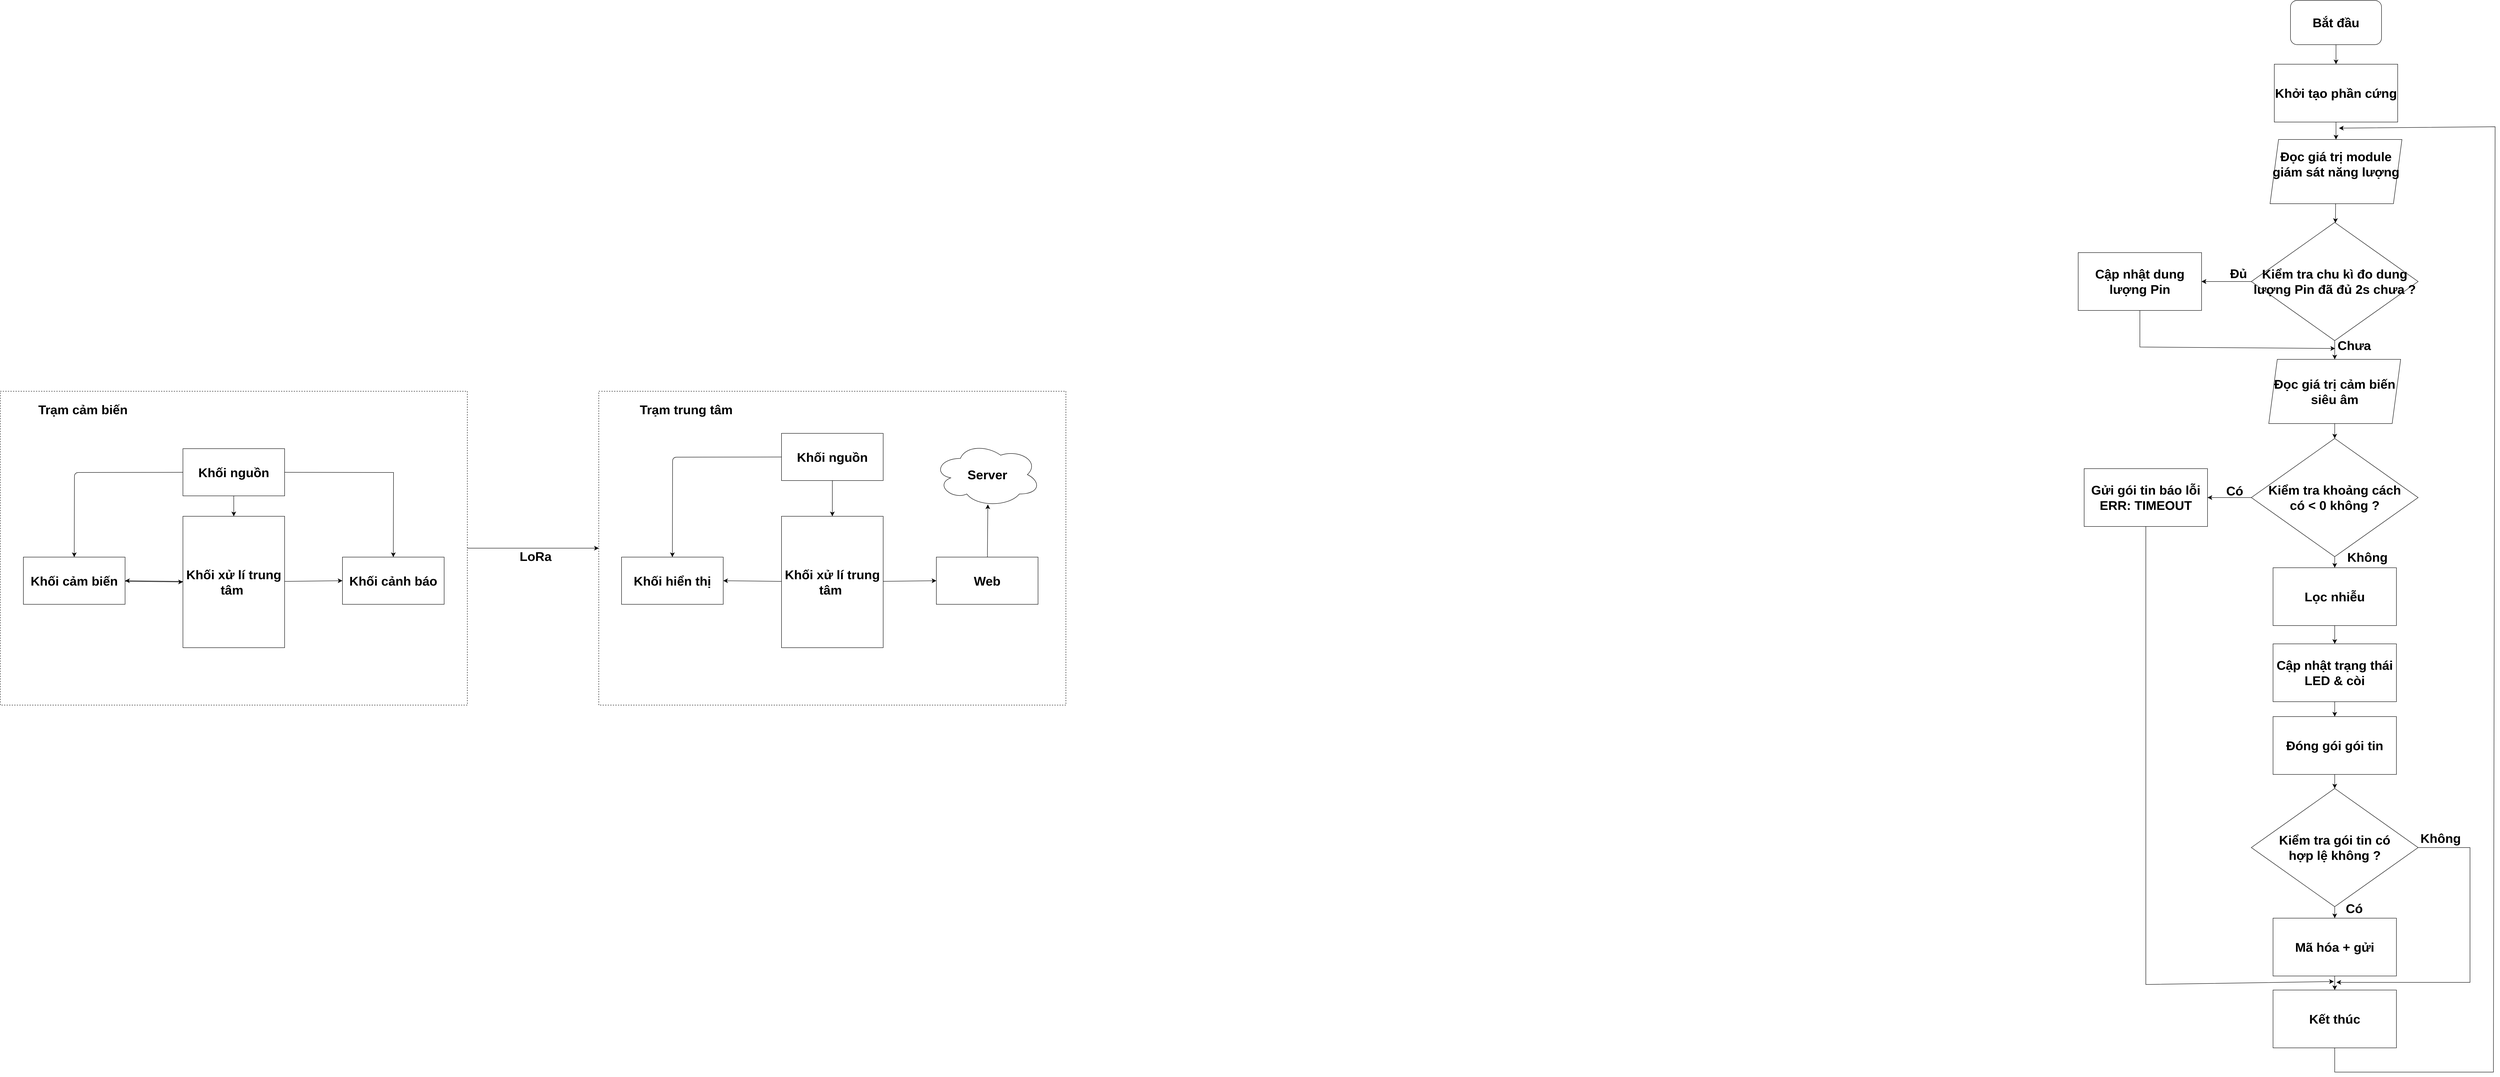
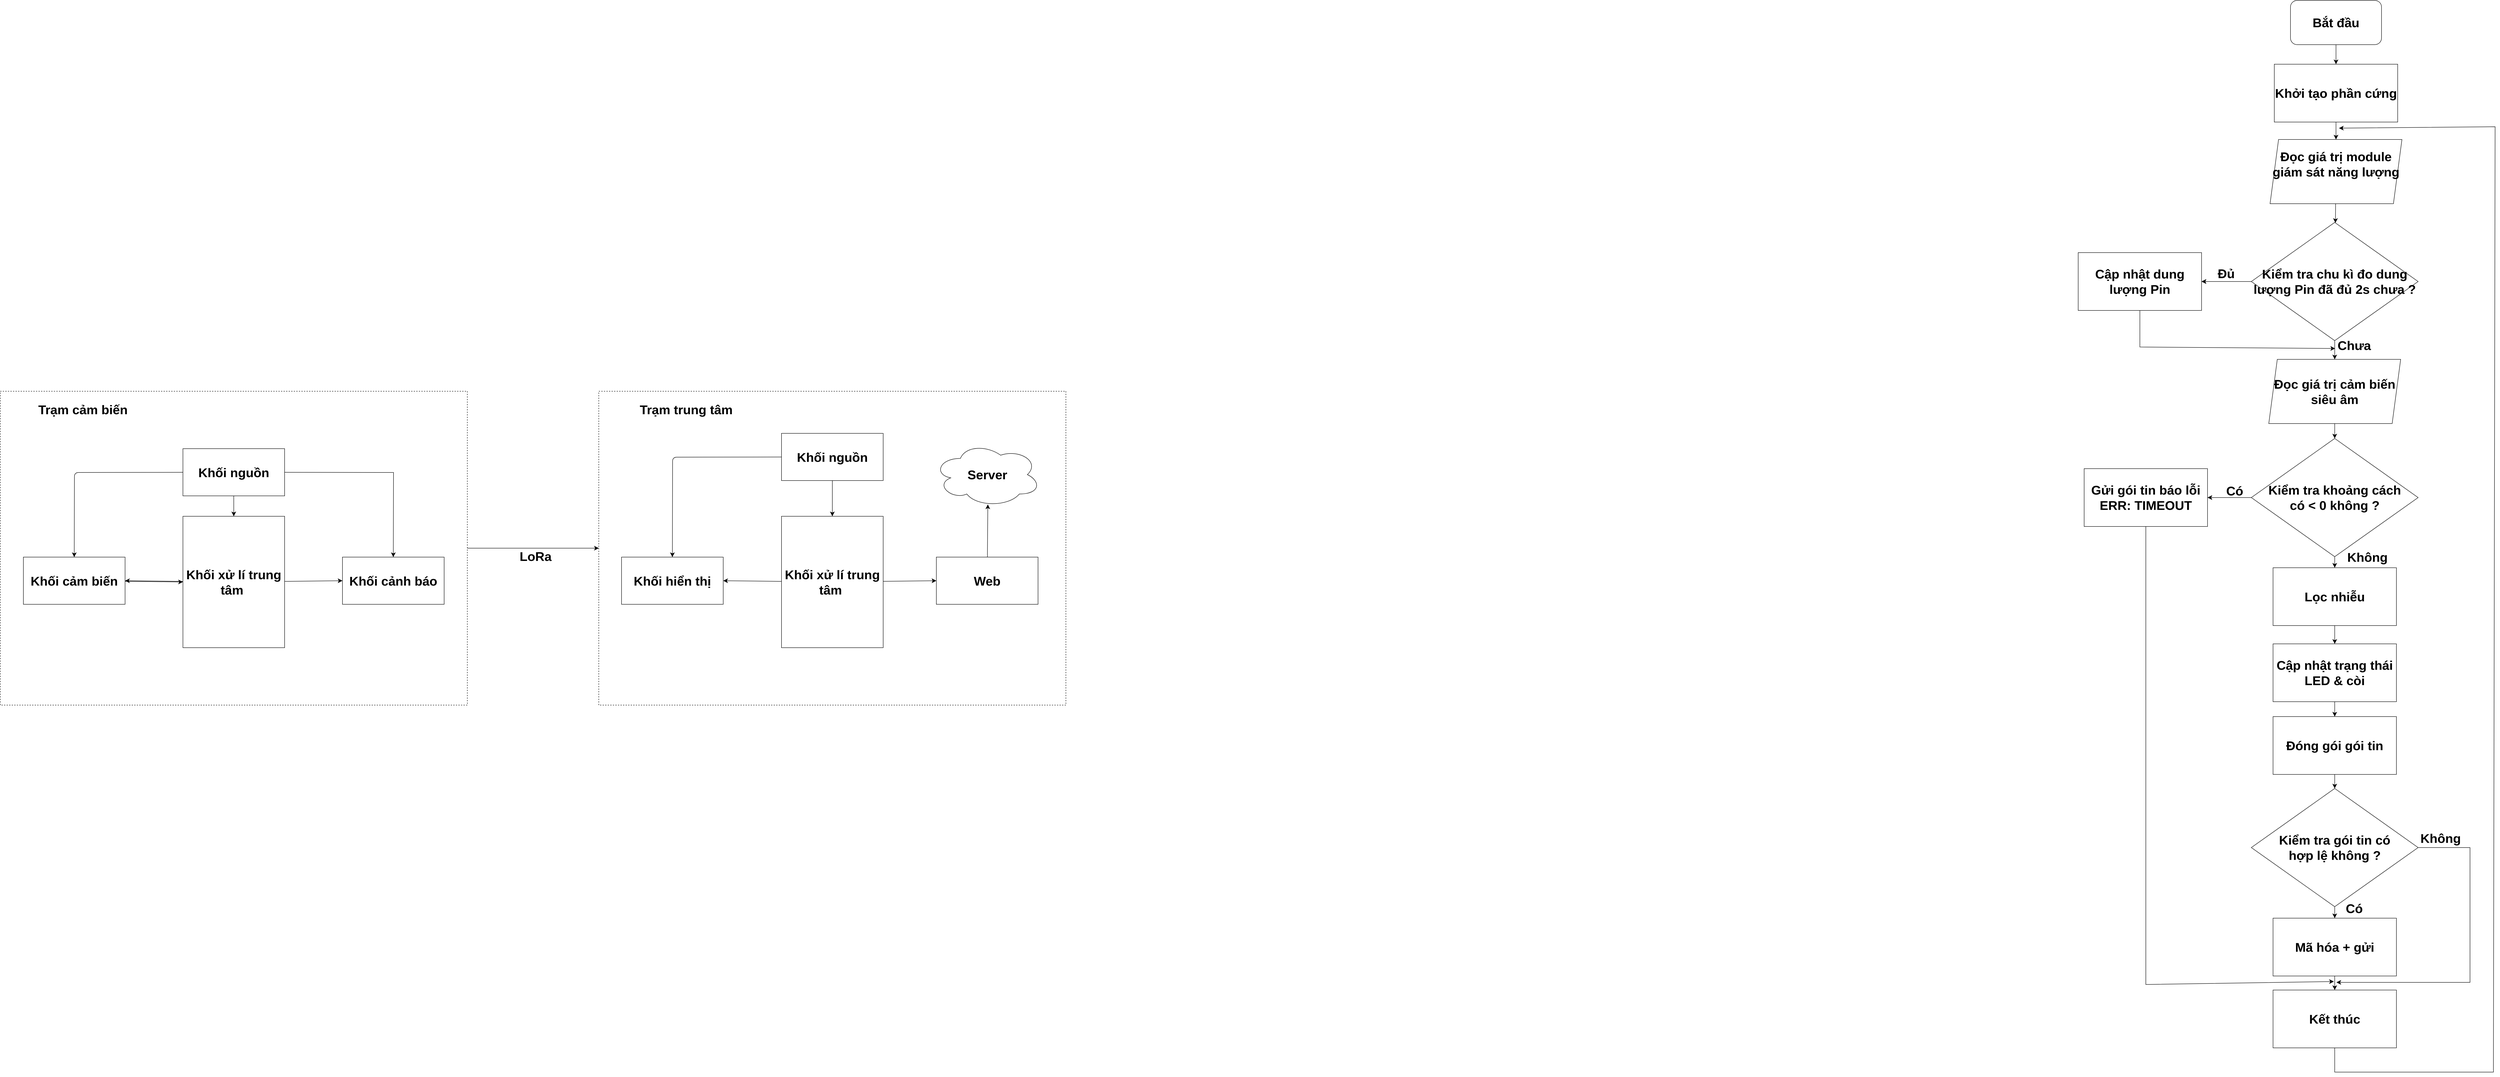
<mxfile host="app.diagrams.net">
  <diagram name="Page-1" id="Xzzm8pSJ2Ty5PO-fjyCe">
    <mxGraphModel dx="4713" dy="2650" grid="0" gridSize="10" guides="1" tooltips="1" connect="1" arrows="1" fold="1" page="1" pageScale="1" pageWidth="4681" pageHeight="3300" math="0" shadow="0">
      <root>
        <mxCell id="0" />
        <mxCell id="1" parent="0" />
        <mxCell id="aMmJWWC9FcH2sZLkuJds-26" parent="1" style="rounded=0;whiteSpace=wrap;html=1;dashed=1;fontStyle=1;fontSize=30;" value="" vertex="1">
          <mxGeometry height="738" width="1098" x="1887.5" y="1122" as="geometry" />
        </mxCell>
        <mxCell id="aMmJWWC9FcH2sZLkuJds-31" edge="1" parent="1" source="aMmJWWC9FcH2sZLkuJds-25" style="edgeStyle=none;curved=1;rounded=0;orthogonalLoop=1;jettySize=auto;html=1;entryX=0;entryY=0.5;entryDx=0;entryDy=0;fontSize=30;startSize=8;endSize=8;fontStyle=1" target="aMmJWWC9FcH2sZLkuJds-26">
          <mxGeometry relative="1" as="geometry" />
        </mxCell>
        <mxCell id="aMmJWWC9FcH2sZLkuJds-25" parent="1" style="rounded=0;whiteSpace=wrap;html=1;dashed=1;fontStyle=1;fontSize=30;" value="" vertex="1">
          <mxGeometry height="738" width="1098" x="480.5" y="1122" as="geometry" />
        </mxCell>
        <mxCell id="aMmJWWC9FcH2sZLkuJds-12" edge="1" parent="1" source="aMmJWWC9FcH2sZLkuJds-1" style="edgeStyle=none;curved=1;rounded=0;orthogonalLoop=1;jettySize=auto;html=1;entryX=0;entryY=0.5;entryDx=0;entryDy=0;fontSize=30;startSize=8;endSize=8;fontStyle=1" target="aMmJWWC9FcH2sZLkuJds-5">
          <mxGeometry relative="1" as="geometry" />
        </mxCell>
        <mxCell id="aMmJWWC9FcH2sZLkuJds-13" edge="1" parent="1" source="aMmJWWC9FcH2sZLkuJds-1" style="edgeStyle=none;curved=1;rounded=0;orthogonalLoop=1;jettySize=auto;html=1;entryX=1;entryY=0.5;entryDx=0;entryDy=0;fontSize=30;startSize=8;endSize=8;fontStyle=1" target="aMmJWWC9FcH2sZLkuJds-4">
          <mxGeometry relative="1" as="geometry" />
        </mxCell>
        <mxCell id="aMmJWWC9FcH2sZLkuJds-1" parent="1" style="rounded=0;whiteSpace=wrap;html=1;fontStyle=1;fontSize=30;" value="&lt;font&gt;Khối xử lí trung tâm&amp;nbsp;&lt;/font&gt;" vertex="1">
          <mxGeometry height="309" width="239" x="910" y="1416" as="geometry" />
        </mxCell>
        <mxCell id="aMmJWWC9FcH2sZLkuJds-8" edge="1" parent="1" source="aMmJWWC9FcH2sZLkuJds-2" style="edgeStyle=none;curved=0;rounded=1;orthogonalLoop=1;jettySize=auto;html=1;entryX=0.5;entryY=0;entryDx=0;entryDy=0;fontSize=30;startSize=8;endSize=8;fontStyle=1" target="aMmJWWC9FcH2sZLkuJds-4">
          <mxGeometry relative="1" as="geometry">
            <Array as="points">
              <mxPoint x="655" y="1313" />
            </Array>
          </mxGeometry>
        </mxCell>
        <mxCell id="aMmJWWC9FcH2sZLkuJds-9" edge="1" parent="1" source="aMmJWWC9FcH2sZLkuJds-2" style="edgeStyle=none;curved=1;rounded=0;orthogonalLoop=1;jettySize=auto;html=1;entryX=0.5;entryY=0;entryDx=0;entryDy=0;fontSize=30;startSize=8;endSize=8;fontStyle=1" target="aMmJWWC9FcH2sZLkuJds-1">
          <mxGeometry relative="1" as="geometry" />
        </mxCell>
        <mxCell id="aMmJWWC9FcH2sZLkuJds-10" edge="1" parent="1" source="aMmJWWC9FcH2sZLkuJds-2" style="edgeStyle=none;curved=0;rounded=0;orthogonalLoop=1;jettySize=auto;html=1;entryX=0.5;entryY=0;entryDx=0;entryDy=0;fontSize=30;startSize=8;endSize=8;fontStyle=1" target="aMmJWWC9FcH2sZLkuJds-5">
          <mxGeometry relative="1" as="geometry">
            <Array as="points">
              <mxPoint x="1405" y="1313" />
            </Array>
          </mxGeometry>
        </mxCell>
        <mxCell id="aMmJWWC9FcH2sZLkuJds-2" parent="1" style="rounded=0;whiteSpace=wrap;html=1;fontStyle=1;fontSize=30;" value="&lt;font&gt;Khối nguồn&lt;/font&gt;" vertex="1">
          <mxGeometry height="111" width="239" x="910" y="1257" as="geometry" />
        </mxCell>
        <mxCell id="aMmJWWC9FcH2sZLkuJds-11" edge="1" parent="1" source="aMmJWWC9FcH2sZLkuJds-4" style="edgeStyle=none;curved=1;rounded=0;orthogonalLoop=1;jettySize=auto;html=1;entryX=0;entryY=0.5;entryDx=0;entryDy=0;fontSize=30;startSize=8;endSize=8;fontStyle=1" target="aMmJWWC9FcH2sZLkuJds-1">
          <mxGeometry relative="1" as="geometry" />
        </mxCell>
        <mxCell id="aMmJWWC9FcH2sZLkuJds-4" parent="1" style="rounded=0;whiteSpace=wrap;html=1;fontStyle=1;fontSize=30;" value="&lt;font&gt;Khối cảm biến&lt;/font&gt;" vertex="1">
          <mxGeometry height="111" width="239" x="535" y="1512" as="geometry" />
        </mxCell>
        <mxCell id="aMmJWWC9FcH2sZLkuJds-5" parent="1" style="rounded=0;whiteSpace=wrap;html=1;fontStyle=1;fontSize=30;" value="&lt;font&gt;Khối cảnh báo&lt;/font&gt;" vertex="1">
          <mxGeometry height="111" width="239" x="1285" y="1512" as="geometry" />
        </mxCell>
        <mxCell id="aMmJWWC9FcH2sZLkuJds-19" edge="1" parent="1" source="aMmJWWC9FcH2sZLkuJds-14" style="edgeStyle=none;curved=1;rounded=0;orthogonalLoop=1;jettySize=auto;html=1;entryX=1;entryY=0.5;entryDx=0;entryDy=0;fontSize=30;startSize=8;endSize=8;fontStyle=1" target="aMmJWWC9FcH2sZLkuJds-16">
          <mxGeometry relative="1" as="geometry" />
        </mxCell>
        <mxCell id="aMmJWWC9FcH2sZLkuJds-20" edge="1" parent="1" source="aMmJWWC9FcH2sZLkuJds-14" style="edgeStyle=none;curved=1;rounded=0;orthogonalLoop=1;jettySize=auto;html=1;entryX=0;entryY=0.5;entryDx=0;entryDy=0;fontSize=30;startSize=8;endSize=8;fontStyle=1" target="aMmJWWC9FcH2sZLkuJds-18">
          <mxGeometry relative="1" as="geometry" />
        </mxCell>
        <mxCell id="aMmJWWC9FcH2sZLkuJds-14" parent="1" style="rounded=0;whiteSpace=wrap;html=1;fontStyle=1;fontSize=30;" value="&lt;font&gt;Khối xử lí trung tâm&amp;nbsp;&lt;/font&gt;" vertex="1">
          <mxGeometry height="309" width="239" x="2317" y="1416" as="geometry" />
        </mxCell>
        <mxCell id="aMmJWWC9FcH2sZLkuJds-21" edge="1" parent="1" source="aMmJWWC9FcH2sZLkuJds-15" style="edgeStyle=none;curved=1;rounded=0;orthogonalLoop=1;jettySize=auto;html=1;entryX=0.5;entryY=0;entryDx=0;entryDy=0;fontSize=30;startSize=8;endSize=8;fontStyle=1" target="aMmJWWC9FcH2sZLkuJds-14">
          <mxGeometry relative="1" as="geometry" />
        </mxCell>
        <mxCell id="aMmJWWC9FcH2sZLkuJds-22" edge="1" parent="1" source="aMmJWWC9FcH2sZLkuJds-15" style="edgeStyle=none;curved=0;rounded=1;orthogonalLoop=1;jettySize=auto;html=1;entryX=0.5;entryY=0;entryDx=0;entryDy=0;fontSize=30;startSize=8;endSize=8;fontStyle=1" target="aMmJWWC9FcH2sZLkuJds-16">
          <mxGeometry relative="1" as="geometry">
            <Array as="points">
              <mxPoint x="2061" y="1277" />
            </Array>
          </mxGeometry>
        </mxCell>
        <mxCell id="aMmJWWC9FcH2sZLkuJds-15" parent="1" style="rounded=0;whiteSpace=wrap;html=1;fontStyle=1;fontSize=30;" value="&lt;font&gt;Khối nguồn&lt;/font&gt;" vertex="1">
          <mxGeometry height="111" width="239" x="2317" y="1221" as="geometry" />
        </mxCell>
        <mxCell id="aMmJWWC9FcH2sZLkuJds-16" parent="1" style="rounded=0;whiteSpace=wrap;html=1;fontStyle=1;fontSize=30;" value="&lt;font&gt;Khối hiển thị&lt;/font&gt;" vertex="1">
          <mxGeometry height="111" width="239" x="1941" y="1512" as="geometry" />
        </mxCell>
        <mxCell id="aMmJWWC9FcH2sZLkuJds-18" parent="1" style="rounded=0;whiteSpace=wrap;html=1;fontStyle=1;fontSize=30;" value="&lt;span&gt;Web&lt;/span&gt;" vertex="1">
          <mxGeometry height="111" width="239" x="2681" y="1512" as="geometry" />
        </mxCell>
        <mxCell id="aMmJWWC9FcH2sZLkuJds-23" parent="1" style="ellipse;shape=cloud;whiteSpace=wrap;html=1;fontStyle=1;fontSize=30;" value="&lt;span&gt;Server&lt;/span&gt;" vertex="1">
          <mxGeometry height="152" width="252" x="2674.5" y="1242" as="geometry" />
        </mxCell>
        <mxCell id="aMmJWWC9FcH2sZLkuJds-24" edge="1" parent="1" source="aMmJWWC9FcH2sZLkuJds-18" style="edgeStyle=none;curved=1;rounded=0;orthogonalLoop=1;jettySize=auto;html=1;entryX=0.506;entryY=0.961;entryDx=0;entryDy=0;entryPerimeter=0;fontSize=30;startSize=8;endSize=8;fontStyle=1" target="aMmJWWC9FcH2sZLkuJds-23">
          <mxGeometry relative="1" as="geometry" />
        </mxCell>
        <mxCell id="aMmJWWC9FcH2sZLkuJds-27" parent="1" style="text;html=1;whiteSpace=wrap;strokeColor=none;fillColor=none;align=center;verticalAlign=middle;rounded=0;fontSize=30;fontStyle=1" value="Trạm cảm biến" vertex="1">
          <mxGeometry height="30" width="332" x="509" y="1150" as="geometry" />
        </mxCell>
        <mxCell id="aMmJWWC9FcH2sZLkuJds-28" parent="1" style="text;html=1;whiteSpace=wrap;strokeColor=none;fillColor=none;align=center;verticalAlign=middle;rounded=0;fontSize=30;fontStyle=1" value="Trạm trung tâm" vertex="1">
          <mxGeometry height="30" width="332" x="1927" y="1150" as="geometry" />
        </mxCell>
        <mxCell id="aMmJWWC9FcH2sZLkuJds-32" parent="1" style="text;html=1;whiteSpace=wrap;strokeColor=none;fillColor=none;align=center;verticalAlign=middle;rounded=0;fontSize=30;fontStyle=1" value="LoRa" vertex="1">
          <mxGeometry height="30" width="332" x="1573" y="1495" as="geometry" />
        </mxCell>
        <mxCell id="dHOnNA1qFKyTxo9gN7e2-32" edge="1" parent="1" source="dHOnNA1qFKyTxo9gN7e2-2" style="edgeStyle=none;curved=1;rounded=0;orthogonalLoop=1;jettySize=auto;html=1;fontSize=30;startSize=8;endSize=8;fontStyle=1" target="dHOnNA1qFKyTxo9gN7e2-3" value="">
          <mxGeometry relative="1" as="geometry" />
        </mxCell>
        <mxCell id="dHOnNA1qFKyTxo9gN7e2-2" parent="1" style="rounded=1;whiteSpace=wrap;html=1;fontStyle=1;fontSize=30;" value="&lt;font&gt;Bắt đầu&lt;/font&gt;" vertex="1">
          <mxGeometry height="104" width="214" x="5864" y="203" as="geometry" />
        </mxCell>
        <mxCell id="dHOnNA1qFKyTxo9gN7e2-33" edge="1" parent="1" source="dHOnNA1qFKyTxo9gN7e2-3" style="edgeStyle=none;curved=1;rounded=0;orthogonalLoop=1;jettySize=auto;html=1;fontSize=30;startSize=8;endSize=8;fontStyle=1" target="dHOnNA1qFKyTxo9gN7e2-4" value="">
          <mxGeometry relative="1" as="geometry" />
        </mxCell>
        <mxCell id="dHOnNA1qFKyTxo9gN7e2-3" parent="1" style="rounded=0;whiteSpace=wrap;html=1;fontStyle=1;fontSize=30;" value="&lt;font&gt;Khởi tạo phần cứng&lt;/font&gt;" vertex="1">
          <mxGeometry height="136" width="290" x="5826" y="353" as="geometry" />
        </mxCell>
        <mxCell id="dHOnNA1qFKyTxo9gN7e2-6" edge="1" parent="1" source="dHOnNA1qFKyTxo9gN7e2-4" style="edgeStyle=none;curved=1;rounded=0;orthogonalLoop=1;jettySize=auto;html=1;fontSize=30;startSize=8;endSize=8;fontStyle=1" target="dHOnNA1qFKyTxo9gN7e2-5" value="">
          <mxGeometry relative="1" as="geometry" />
        </mxCell>
        <mxCell id="dHOnNA1qFKyTxo9gN7e2-4" parent="1" style="shape=parallelogram;perimeter=parallelogramPerimeter;whiteSpace=wrap;html=1;fixedSize=1;fontStyle=1;fontSize=30;" value="&lt;font&gt;Đọc giá trị module giám sát năng lượng&lt;/font&gt;&lt;div&gt;&lt;font&gt;&lt;br&gt;&lt;/font&gt;&lt;/div&gt;" vertex="1">
          <mxGeometry height="151" width="310" x="5816" y="530" as="geometry" />
        </mxCell>
        <mxCell id="dHOnNA1qFKyTxo9gN7e2-8" edge="1" parent="1" source="dHOnNA1qFKyTxo9gN7e2-5" style="edgeStyle=none;curved=1;rounded=0;orthogonalLoop=1;jettySize=auto;html=1;fontSize=30;startSize=8;endSize=8;fontStyle=1" target="dHOnNA1qFKyTxo9gN7e2-7" value="">
          <mxGeometry relative="1" as="geometry" />
        </mxCell>
        <mxCell id="dHOnNA1qFKyTxo9gN7e2-19" edge="1" parent="1" source="dHOnNA1qFKyTxo9gN7e2-5" style="edgeStyle=none;curved=1;rounded=0;orthogonalLoop=1;jettySize=auto;html=1;fontSize=30;startSize=8;endSize=8;fontStyle=1" target="dHOnNA1qFKyTxo9gN7e2-18" value="">
          <mxGeometry relative="1" as="geometry" />
        </mxCell>
        <mxCell id="dHOnNA1qFKyTxo9gN7e2-29" edge="1" parent="1" source="dHOnNA1qFKyTxo9gN7e2-5" style="edgeStyle=none;curved=1;rounded=0;orthogonalLoop=1;jettySize=auto;html=1;fontSize=30;startSize=8;endSize=8;fontStyle=1" target="dHOnNA1qFKyTxo9gN7e2-18" value="">
          <mxGeometry relative="1" as="geometry" />
        </mxCell>
        <mxCell id="dHOnNA1qFKyTxo9gN7e2-5" parent="1" style="rhombus;whiteSpace=wrap;html=1;fontStyle=1;fontSize=30;" value="&lt;font&gt;Kiểm tra chu kì đo dung lượng Pin đã đủ 2s chưa ?&lt;/font&gt;" vertex="1">
          <mxGeometry height="278" width="392" x="5772" y="725" as="geometry" />
        </mxCell>
        <mxCell id="dHOnNA1qFKyTxo9gN7e2-22" edge="1" parent="1" source="dHOnNA1qFKyTxo9gN7e2-7" style="edgeStyle=none;curved=1;rounded=0;orthogonalLoop=1;jettySize=auto;html=1;fontSize=30;startSize=8;endSize=8;fontStyle=1" target="dHOnNA1qFKyTxo9gN7e2-9" value="">
          <mxGeometry relative="1" as="geometry" />
        </mxCell>
        <mxCell id="dHOnNA1qFKyTxo9gN7e2-7" parent="1" style="shape=parallelogram;perimeter=parallelogramPerimeter;whiteSpace=wrap;html=1;fixedSize=1;fontStyle=1;fontSize=30;" value="&lt;span&gt;Đọc giá trị cảm biến siêu âm&lt;/span&gt;" vertex="1">
          <mxGeometry height="151" width="310" x="5813" y="1047" as="geometry" />
        </mxCell>
        <mxCell id="dHOnNA1qFKyTxo9gN7e2-23" edge="1" parent="1" source="dHOnNA1qFKyTxo9gN7e2-9" style="edgeStyle=none;curved=1;rounded=0;orthogonalLoop=1;jettySize=auto;html=1;fontSize=30;startSize=8;endSize=8;fontStyle=1" target="dHOnNA1qFKyTxo9gN7e2-10" value="">
          <mxGeometry relative="1" as="geometry" />
        </mxCell>
        <mxCell id="dHOnNA1qFKyTxo9gN7e2-35" edge="1" parent="1" source="dHOnNA1qFKyTxo9gN7e2-9" style="edgeStyle=none;curved=1;rounded=0;orthogonalLoop=1;jettySize=auto;html=1;fontSize=30;startSize=8;endSize=8;fontStyle=1" target="dHOnNA1qFKyTxo9gN7e2-34" value="">
          <mxGeometry relative="1" as="geometry" />
        </mxCell>
        <mxCell id="dHOnNA1qFKyTxo9gN7e2-9" parent="1" style="rhombus;whiteSpace=wrap;html=1;fontStyle=1;fontSize=30;" value="&lt;font&gt;Kiểm tra khoảng cách&lt;br&gt;có &amp;lt; 0 không ?&lt;/font&gt;" vertex="1">
          <mxGeometry height="278" width="392" x="5772" y="1233" as="geometry" />
        </mxCell>
        <mxCell id="dHOnNA1qFKyTxo9gN7e2-24" edge="1" parent="1" source="dHOnNA1qFKyTxo9gN7e2-10" style="edgeStyle=none;curved=1;rounded=0;orthogonalLoop=1;jettySize=auto;html=1;fontSize=30;startSize=8;endSize=8;fontStyle=1" target="dHOnNA1qFKyTxo9gN7e2-11" value="">
          <mxGeometry relative="1" as="geometry" />
        </mxCell>
        <mxCell id="dHOnNA1qFKyTxo9gN7e2-10" parent="1" style="rounded=0;whiteSpace=wrap;html=1;fontStyle=1;fontSize=30;" value="&lt;font&gt;Lọc nhiễu&lt;/font&gt;" vertex="1">
          <mxGeometry height="136" width="290" x="5823" y="1537" as="geometry" />
        </mxCell>
        <mxCell id="dHOnNA1qFKyTxo9gN7e2-25" edge="1" parent="1" source="dHOnNA1qFKyTxo9gN7e2-11" style="edgeStyle=none;curved=1;rounded=0;orthogonalLoop=1;jettySize=auto;html=1;fontSize=30;startSize=8;endSize=8;fontStyle=1" target="dHOnNA1qFKyTxo9gN7e2-13" value="">
          <mxGeometry relative="1" as="geometry" />
        </mxCell>
        <mxCell id="dHOnNA1qFKyTxo9gN7e2-11" parent="1" style="rounded=0;whiteSpace=wrap;html=1;fontStyle=1;fontSize=30;" value="&lt;font&gt;Cập nhật trạng thái&lt;br&gt;LED &amp;amp; còi&lt;/font&gt;" vertex="1">
          <mxGeometry height="136" width="290" x="5823" y="1716" as="geometry" />
        </mxCell>
        <mxCell id="dHOnNA1qFKyTxo9gN7e2-26" edge="1" parent="1" source="dHOnNA1qFKyTxo9gN7e2-13" style="edgeStyle=none;curved=1;rounded=0;orthogonalLoop=1;jettySize=auto;html=1;fontSize=30;startSize=8;endSize=8;fontStyle=1" target="dHOnNA1qFKyTxo9gN7e2-14" value="">
          <mxGeometry relative="1" as="geometry" />
        </mxCell>
        <mxCell id="dHOnNA1qFKyTxo9gN7e2-13" parent="1" style="rounded=0;whiteSpace=wrap;html=1;fontStyle=1;fontSize=30;" value="&lt;span&gt;Đóng gói gói tin&lt;/span&gt;" vertex="1">
          <mxGeometry height="136" width="290" x="5823" y="1887" as="geometry" />
        </mxCell>
        <mxCell id="dHOnNA1qFKyTxo9gN7e2-27" edge="1" parent="1" source="dHOnNA1qFKyTxo9gN7e2-14" style="edgeStyle=none;curved=1;rounded=0;orthogonalLoop=1;jettySize=auto;html=1;fontSize=30;startSize=8;endSize=8;fontStyle=1" target="dHOnNA1qFKyTxo9gN7e2-15" value="">
          <mxGeometry relative="1" as="geometry" />
        </mxCell>
        <mxCell id="dHOnNA1qFKyTxo9gN7e2-41" edge="1" parent="1" source="dHOnNA1qFKyTxo9gN7e2-14" style="edgeStyle=none;curved=0;rounded=0;orthogonalLoop=1;jettySize=auto;html=1;fontSize=30;startSize=8;endSize=8;fontStyle=1" value="">
          <mxGeometry relative="1" as="geometry">
            <Array as="points">
              <mxPoint x="6286" y="2195" />
              <mxPoint x="6286" y="2512" />
            </Array>
            <mxPoint x="5972" y="2512" as="targetPoint" />
          </mxGeometry>
        </mxCell>
        <mxCell id="dHOnNA1qFKyTxo9gN7e2-14" parent="1" style="rhombus;whiteSpace=wrap;html=1;fontStyle=1;fontSize=30;" value="&lt;span&gt;Kiểm tra gói tin có&lt;/span&gt;&lt;div&gt;&lt;span&gt;hợp lệ không ?&lt;/span&gt;&lt;/div&gt;" vertex="1">
          <mxGeometry height="278" width="392" x="5772" y="2056" as="geometry" />
        </mxCell>
        <mxCell id="dHOnNA1qFKyTxo9gN7e2-28" edge="1" parent="1" source="dHOnNA1qFKyTxo9gN7e2-15" style="edgeStyle=none;curved=1;rounded=0;orthogonalLoop=1;jettySize=auto;html=1;fontSize=30;startSize=8;endSize=8;fontStyle=1" target="dHOnNA1qFKyTxo9gN7e2-16" value="">
          <mxGeometry relative="1" as="geometry" />
        </mxCell>
        <mxCell id="dHOnNA1qFKyTxo9gN7e2-15" parent="1" style="rounded=0;whiteSpace=wrap;html=1;fontStyle=1;fontSize=30;" value="&lt;span&gt;Mã hóa + gửi&lt;/span&gt;" vertex="1">
          <mxGeometry height="136" width="290" x="5823" y="2361" as="geometry" />
        </mxCell>
        <mxCell id="dHOnNA1qFKyTxo9gN7e2-42" edge="1" parent="1" source="dHOnNA1qFKyTxo9gN7e2-16" style="edgeStyle=none;curved=0;rounded=0;orthogonalLoop=1;jettySize=auto;html=1;fontSize=30;startSize=8;endSize=8;fontStyle=1">
          <mxGeometry relative="1" as="geometry">
            <Array as="points">
              <mxPoint x="5968" y="2723" />
              <mxPoint x="6341" y="2723" />
              <mxPoint x="6345" y="500" />
            </Array>
            <mxPoint x="5978" y="503.3333333333335" as="targetPoint" />
          </mxGeometry>
        </mxCell>
        <mxCell id="dHOnNA1qFKyTxo9gN7e2-16" parent="1" style="rounded=0;whiteSpace=wrap;html=1;fontStyle=1;fontSize=30;" value="&lt;span&gt;Kết thúc&lt;/span&gt;" vertex="1">
          <mxGeometry height="136" width="290" x="5823" y="2530" as="geometry" />
        </mxCell>
        <mxCell id="dHOnNA1qFKyTxo9gN7e2-21" edge="1" parent="1" source="dHOnNA1qFKyTxo9gN7e2-18" style="edgeStyle=none;curved=0;rounded=0;orthogonalLoop=1;jettySize=auto;html=1;fontSize=30;startSize=8;endSize=8;fontStyle=1">
          <mxGeometry relative="1" as="geometry">
            <Array as="points">
              <mxPoint x="5510" y="1018" />
            </Array>
            <mxPoint x="5968.941176470588" y="1021.4705882352941" as="targetPoint" />
          </mxGeometry>
        </mxCell>
        <mxCell id="dHOnNA1qFKyTxo9gN7e2-18" parent="1" style="rounded=0;whiteSpace=wrap;html=1;fontStyle=1;fontSize=30;" value="&lt;font&gt;Cập nhật dung&lt;/font&gt;&lt;div&gt;&lt;font&gt;lượng Pin&lt;/font&gt;&lt;/div&gt;" vertex="1">
          <mxGeometry height="136" width="290" x="5365" y="796" as="geometry" />
        </mxCell>
        <mxCell id="dHOnNA1qFKyTxo9gN7e2-30" parent="1" style="text;html=1;whiteSpace=wrap;strokeColor=none;fillColor=none;align=center;verticalAlign=middle;rounded=0;fontSize=30;fontStyle=1" value="Đủ" vertex="1">
-           <mxGeometry height="30" width="60" x="5712" y="830" as="geometry" />
+           <mxGeometry height="30" width="60" x="5683" y="830" as="geometry" />
        </mxCell>
        <mxCell id="dHOnNA1qFKyTxo9gN7e2-31" parent="1" style="text;html=1;whiteSpace=wrap;strokeColor=none;fillColor=none;align=center;verticalAlign=middle;rounded=0;fontSize=30;fontStyle=1" value="&lt;font&gt;Chưa&lt;/font&gt;" vertex="1">
          <mxGeometry height="30" width="60" x="5984" y="999" as="geometry" />
        </mxCell>
        <mxCell id="dHOnNA1qFKyTxo9gN7e2-36" edge="1" parent="1" source="dHOnNA1qFKyTxo9gN7e2-34" style="edgeStyle=none;curved=0;rounded=0;orthogonalLoop=1;jettySize=auto;html=1;fontSize=30;startSize=8;endSize=8;fontStyle=1">
          <mxGeometry relative="1" as="geometry">
            <Array as="points">
              <mxPoint x="5524" y="2517" />
            </Array>
            <mxPoint x="5966" y="2510" as="targetPoint" />
          </mxGeometry>
        </mxCell>
        <mxCell id="dHOnNA1qFKyTxo9gN7e2-34" parent="1" style="rounded=0;whiteSpace=wrap;html=1;fontStyle=1;fontSize=30;" value="&lt;span&gt;Gửi gói tin báo lỗi&lt;/span&gt;&lt;div&gt;&lt;span&gt;ERR: TIMEOUT&lt;/span&gt;&lt;/div&gt;" vertex="1">
          <mxGeometry height="136" width="290" x="5379" y="1304" as="geometry" />
        </mxCell>
        <mxCell id="dHOnNA1qFKyTxo9gN7e2-37" parent="1" style="text;html=1;whiteSpace=wrap;strokeColor=none;fillColor=none;align=center;verticalAlign=middle;rounded=0;fontSize=30;fontStyle=1" value="Có" vertex="1">
          <mxGeometry height="30" width="60" x="5703" y="1341" as="geometry" />
        </mxCell>
        <mxCell id="dHOnNA1qFKyTxo9gN7e2-38" parent="1" style="text;html=1;whiteSpace=wrap;strokeColor=none;fillColor=none;align=center;verticalAlign=middle;rounded=0;fontSize=30;fontStyle=1" value="&lt;span&gt;Không&lt;/span&gt;" vertex="1">
          <mxGeometry height="30" width="60" x="6015" y="1497" as="geometry" />
        </mxCell>
        <mxCell id="dHOnNA1qFKyTxo9gN7e2-43" parent="1" style="text;html=1;whiteSpace=wrap;strokeColor=none;fillColor=none;align=center;verticalAlign=middle;rounded=0;fontSize=30;fontStyle=1" value="Có" vertex="1">
          <mxGeometry height="30" width="60" x="5984" y="2323" as="geometry" />
        </mxCell>
        <mxCell id="dHOnNA1qFKyTxo9gN7e2-44" parent="1" style="text;html=1;whiteSpace=wrap;strokeColor=none;fillColor=none;align=center;verticalAlign=middle;rounded=0;fontSize=30;fontStyle=1" value="&lt;span&gt;Không&lt;/span&gt;" vertex="1">
          <mxGeometry height="30" width="60" x="6187" y="2158" as="geometry" />
        </mxCell>
      </root>
    </mxGraphModel>
  </diagram>
</mxfile>
